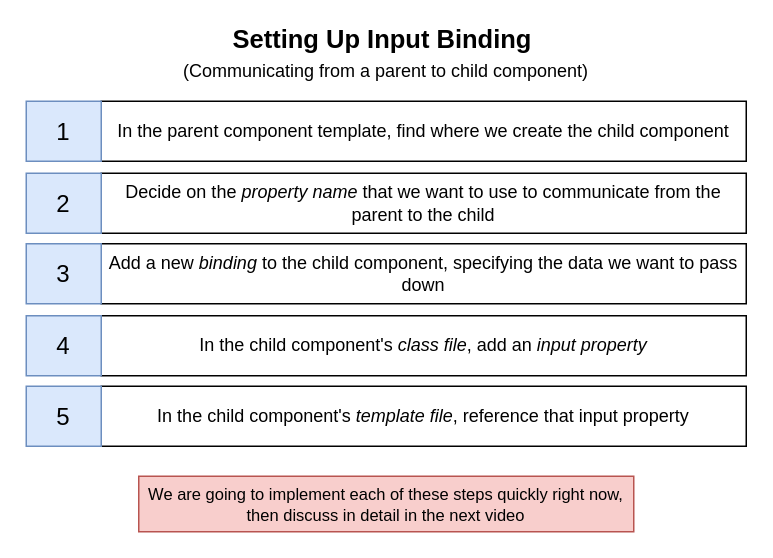
The draw.io diagram page "22 - binding" (15 of 19) of diagrams/cards/diagrams.drawio in StephenGrider/ng-casts, before the edit. Source tidied: cells renumbered, new cells numbered last; positions are measured from the earlier drawing's top-left corner, leaving out a move shared by most shapes. Both pictures are drawn from the tidied source at 150%, with x=0, y=0 at pixel (26, 26).
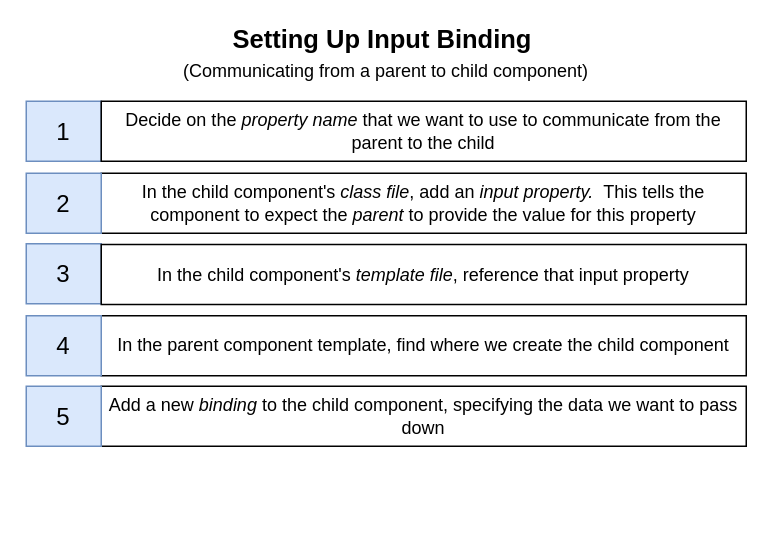
After the change.

Change to the diagram source:
```diff
@@
 <mxGraphModel>
   <root>
     <mxCell id="0" />
     <mxCell id="1" parent="0" />
     <mxCell id="2" value="In the parent component template, find where we create the child component" style="rounded=0;whiteSpace=wrap;html=1;shadow=0;strokeWidth=1;fontSize=12;align=center;" parent="1" vertex="1">
-      <mxGeometry x="50" y="50" width="430" height="40" as="geometry" />
+      <mxGeometry x="50" y="193" width="430" height="40" as="geometry" />
     </mxCell>
     <mxCell id="3" value="Setting Up Input Binding&amp;nbsp;" style="text;html=1;strokeColor=none;fillColor=none;align=center;verticalAlign=middle;whiteSpace=wrap;rounded=0;shadow=0;fontSize=17;fontStyle=1;" parent="1" vertex="1">
       <mxGeometry x="110" width="260" height="20" as="geometry" />
     </mxCell>
     <mxCell id="4" value="(Communicating from a parent to child component)" style="text;html=1;strokeColor=none;fillColor=none;align=center;verticalAlign=middle;whiteSpace=wrap;rounded=0;shadow=0;fontSize=12;fontStyle=0;" parent="1" vertex="1">
       <mxGeometry x="75" y="20" width="330" height="20" as="geometry" />
     </mxCell>
     <mxCell id="5" value="1" style="rounded=0;whiteSpace=wrap;html=1;shadow=0;strokeWidth=1;fillColor=#dae8fc;fontSize=16;align=center;strokeColor=#6c8ebf;" parent="1" vertex="1">
       <mxGeometry y="50" width="50" height="40" as="geometry" />
     </mxCell>
     <mxCell id="6" value="Add a new &lt;i&gt;binding&amp;nbsp;&lt;/i&gt;to the child component, specifying the data we want to pass down" style="rounded=0;whiteSpace=wrap;html=1;shadow=0;strokeWidth=1;fontSize=12;align=center;" parent="1" vertex="1">
-      <mxGeometry x="50" y="145" width="430" height="40" as="geometry" />
+      <mxGeometry x="50" y="240" width="430" height="40" as="geometry" />
     </mxCell>
     <mxCell id="7" value="3" style="rounded=0;whiteSpace=wrap;html=1;shadow=0;strokeWidth=1;fillColor=#dae8fc;fontSize=16;align=center;strokeColor=#6c8ebf;" parent="1" vertex="1">
       <mxGeometry y="145" width="50" height="40" as="geometry" />
     </mxCell>
-    <mxCell id="8" value="In the child component's &lt;i&gt;class file&lt;/i&gt;, add an &lt;i&gt;input property&lt;/i&gt;" style="rounded=0;whiteSpace=wrap;html=1;shadow=0;strokeWidth=1;fontSize=12;align=center;" parent="1" vertex="1">
-      <mxGeometry x="50" y="193" width="430" height="40" as="geometry" />
+    <mxCell id="8" value="In the child component's &lt;i&gt;class file&lt;/i&gt;, add an &lt;i&gt;input property.&amp;nbsp; &lt;/i&gt;This tells the component to expect the&lt;i&gt;&amp;nbsp;parent&lt;/i&gt;&amp;nbsp;to provide the value for this property" style="rounded=0;whiteSpace=wrap;html=1;shadow=0;strokeWidth=1;fontSize=12;align=center;" parent="1" vertex="1">
+      <mxGeometry x="50" y="98" width="430" height="40" as="geometry" />
     </mxCell>
     <mxCell id="9" value="4" style="rounded=0;whiteSpace=wrap;html=1;shadow=0;strokeWidth=1;fillColor=#dae8fc;fontSize=16;align=center;strokeColor=#6c8ebf;" parent="1" vertex="1">
       <mxGeometry y="193" width="50" height="40" as="geometry" />
     </mxCell>
     <mxCell id="10" value="In the child component's &lt;i&gt;template file&lt;/i&gt;, reference that input property" style="rounded=0;whiteSpace=wrap;html=1;shadow=0;strokeWidth=1;fontSize=12;align=center;" parent="1" vertex="1">
-      <mxGeometry x="50" y="240" width="430" height="40" as="geometry" />
+      <mxGeometry x="50" y="145.5" width="430" height="40" as="geometry" />
     </mxCell>
     <mxCell id="11" value="5" style="rounded=0;whiteSpace=wrap;html=1;shadow=0;strokeWidth=1;fillColor=#dae8fc;fontSize=16;align=center;strokeColor=#6c8ebf;" parent="1" vertex="1">
       <mxGeometry y="240" width="50" height="40" as="geometry" />
     </mxCell>
     <mxCell id="12" value="Decide on the &lt;i&gt;property name&lt;/i&gt;&amp;nbsp;that we want to use to communicate from the parent to the child" style="rounded=0;whiteSpace=wrap;html=1;shadow=0;strokeWidth=1;fontSize=12;align=center;" parent="1" vertex="1">
-      <mxGeometry x="50" y="98" width="430" height="40" as="geometry" />
+      <mxGeometry x="50" y="50" width="430" height="40" as="geometry" />
     </mxCell>
     <mxCell id="13" value="2" style="rounded=0;whiteSpace=wrap;html=1;shadow=0;strokeWidth=1;fillColor=#dae8fc;fontSize=16;align=center;strokeColor=#6c8ebf;" parent="1" vertex="1">
       <mxGeometry y="98" width="50" height="40" as="geometry" />
     </mxCell>
-    <mxCell id="14" value="We are going to implement each of these steps quickly right now, then discuss in detail in the next video" style="rounded=0;whiteSpace=wrap;html=1;shadow=0;strokeWidth=1;fillColor=#f8cecc;fontSize=11;align=center;strokeColor=#b85450;" parent="1" vertex="1">
-      <mxGeometry x="75" y="300" width="330" height="37" as="geometry" />
-    </mxCell>
   </root>
 </mxGraphModel>
```
